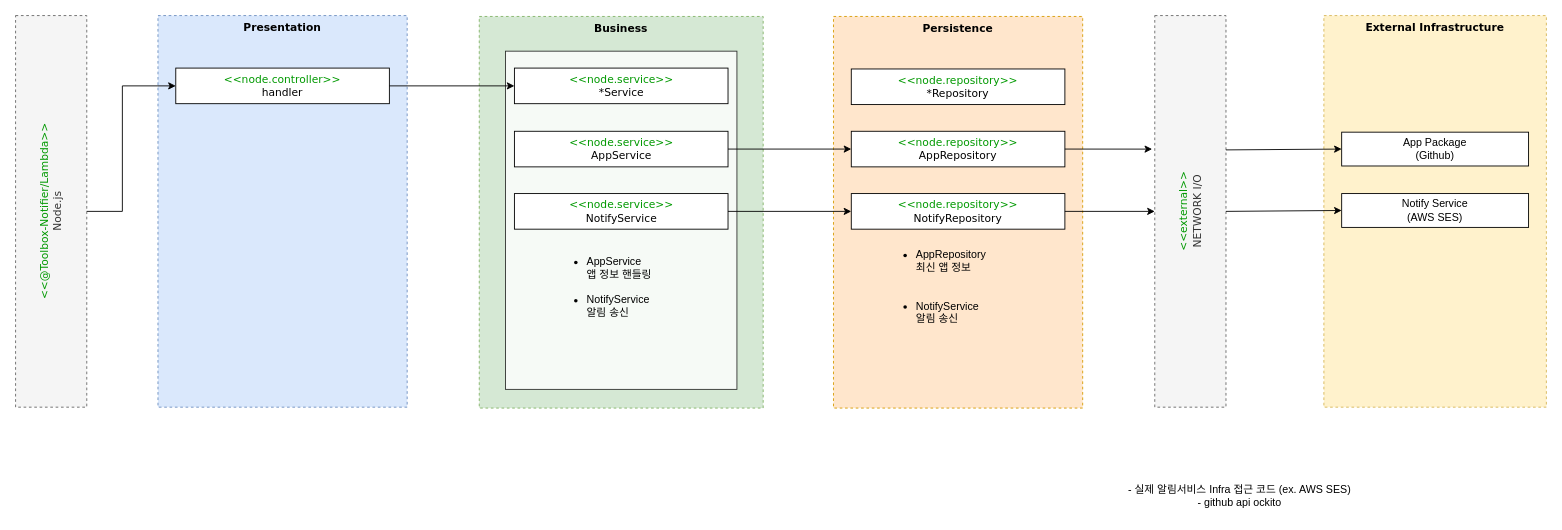
milkcoke/Toolbox-Notifier keeps this draw.io diagram as page "Code Architecture" (2 of 2) of docs/Architecture-Document.drawio. Above is the earlier version. Source tidied: cells renumbered, new cells numbered last; positions are measured from the earlier drawing's top-left corner, leaving out a move shared by most shapes. Both pictures are drawn from the tidied source at 89%, with x=0, y=0 at pixel (15, 15).
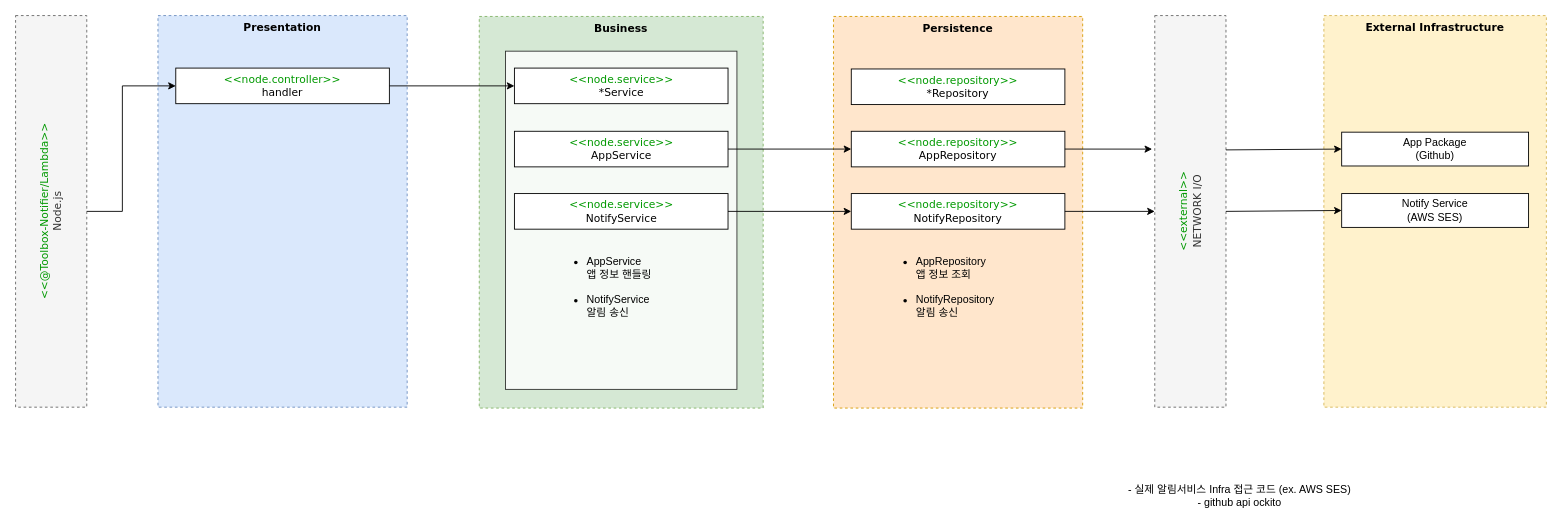
The same diagram, later.

Commit message:
docs: Add architecture document

The edit, as a diff of the source:
```diff
@@
-    <mxCell id="28" value="&lt;ul&gt;&lt;li&gt;AppRepository&lt;br style=&quot;border-color: var(--border-color);&quot;&gt;최신 앱 정보&amp;nbsp;&lt;br&gt;&lt;br&gt;&lt;br&gt;&lt;/li&gt;&lt;li&gt;NotifyService&lt;br style=&quot;border-color: var(--border-color);&quot;&gt;알림 송신&lt;/li&gt;&lt;/ul&gt;" style="text;html=1;align=left;verticalAlign=middle;strokeColor=none;fillColor=none;" parent="1" vertex="1">
-      <mxGeometry x="970" y="245" width="140" height="120" as="geometry" />
+    <mxCell id="28" value="&lt;ul&gt;&lt;li&gt;AppRepository&lt;br style=&quot;border-color: var(--border-color);&quot;&gt;앱 정보 조회&lt;br&gt;&lt;br&gt;&lt;/li&gt;&lt;li&gt;NotifyRepository&lt;br style=&quot;border-color: var(--border-color);&quot;&gt;알림 송신&lt;/li&gt;&lt;/ul&gt;" style="text;html=1;align=left;verticalAlign=middle;strokeColor=none;fillColor=none;" parent="1" vertex="1">
+      <mxGeometry x="970" y="250" width="150" height="110" as="geometry" />
     </mxCell>
```
